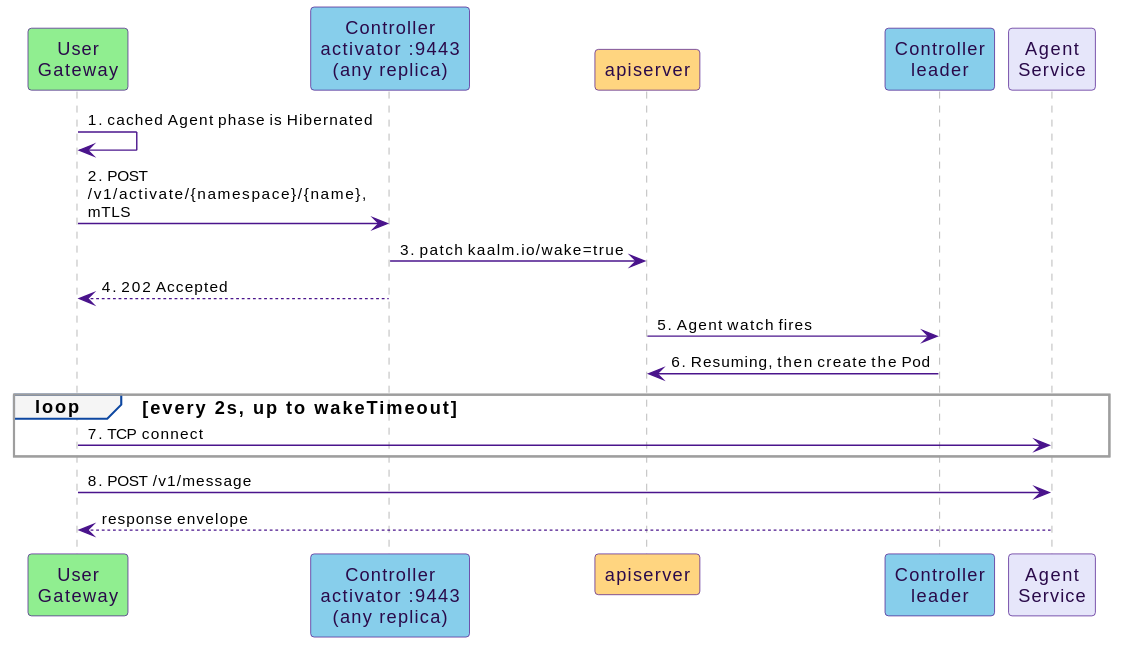
Above: docs/src/diagrams/wake-sequence.svg in win07xp/kaalm (PlantUML), before the change.
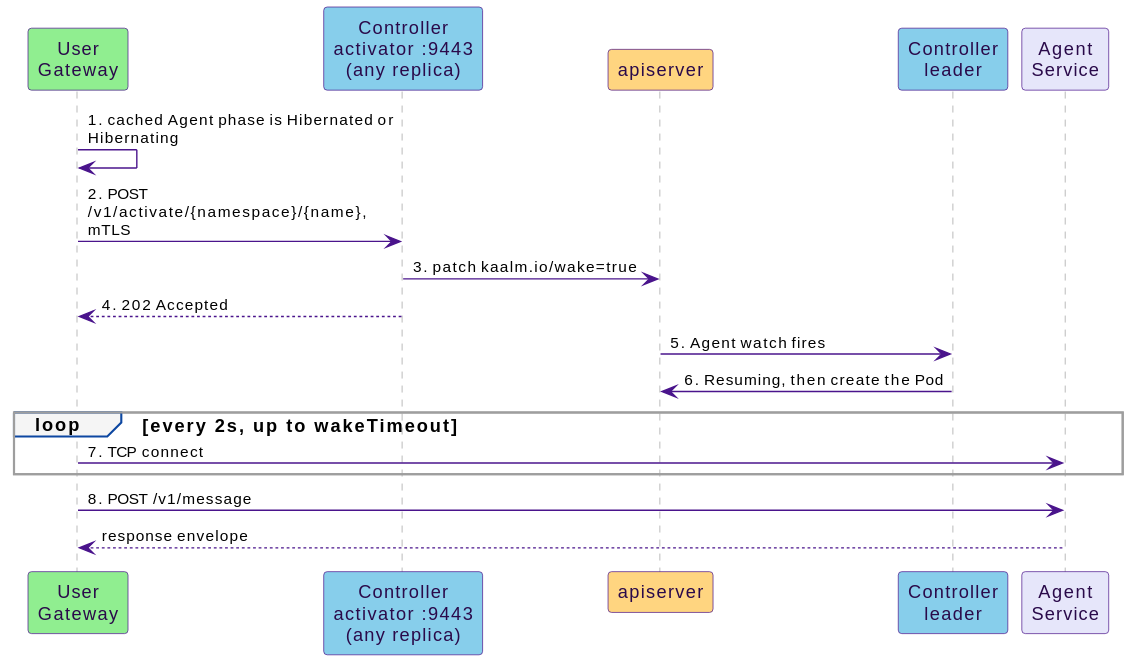
The same file after the commit.

Change to the diagram source:
```diff
@@ -7,7 +7,7 @@
 participant "Controller\nleader" as leader #87CEEB
 participant "Agent\nService" as agent
 
-gw -> gw : 1. cached Agent phase is Hibernated
+gw -> gw : 1. cached Agent phase is Hibernated or Hibernating
 gw -> ctrl : 2. POST /v1/activate/{namespace}/{name}, mTLS
 ctrl -> api : 3. patch kaalm.io/wake=true
 ctrl --> gw : 4. 202 Accepted
```
